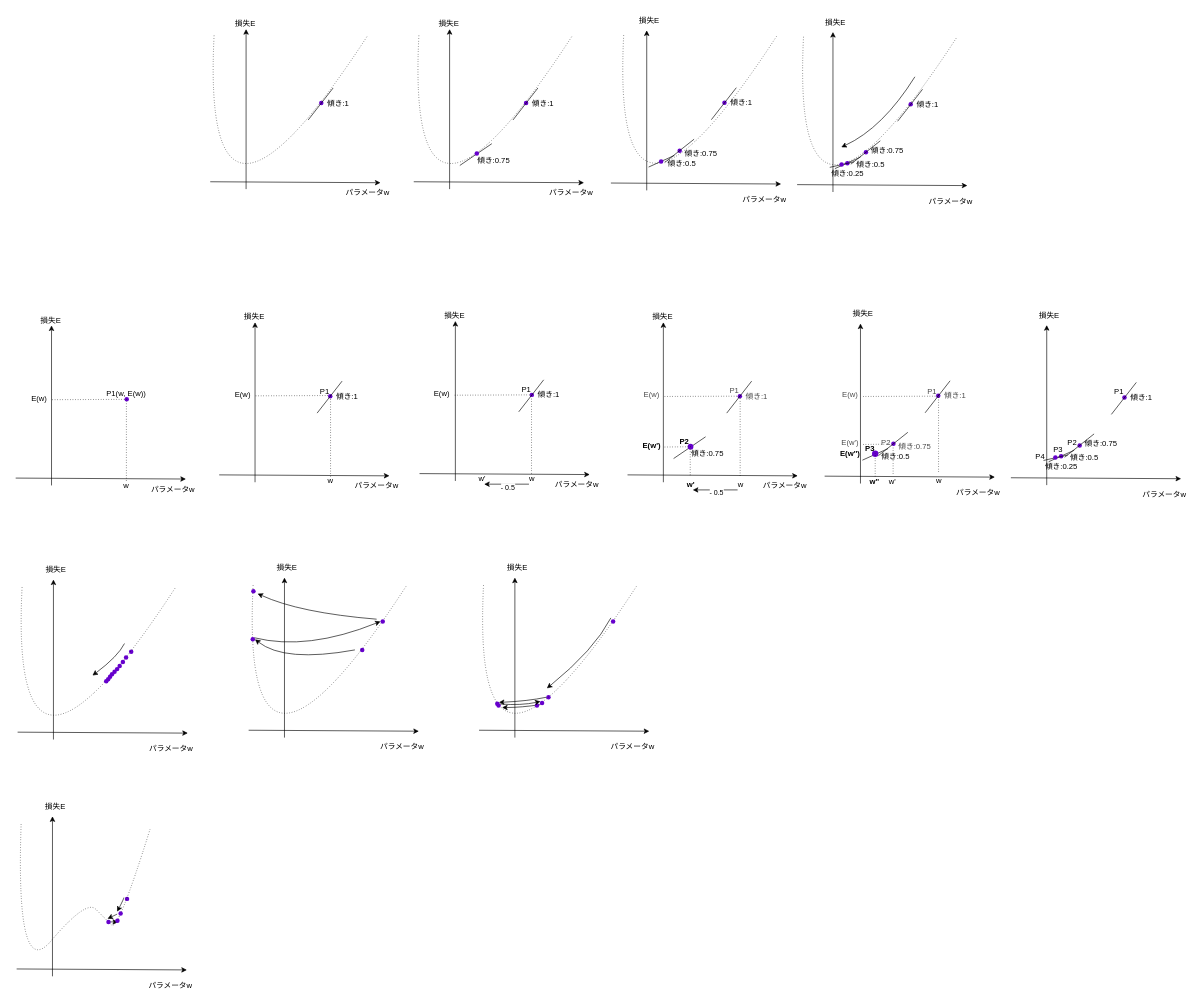
Earlier version of the draw.io diagram page "ページ5" (5 of 5) of 05_ロジスティック回帰/img/05_ロジスティク回帰.drawio (progedu/zen-algorithm-for-ml-assets). Source tidied: cells renumbered, new cells numbered last; positions are measured from the earlier drawing's top-left corner, leaving out a move shared by most shapes. Both pictures are drawn from the tidied source at 64%, with x=0, y=0 at pixel (9, 11).
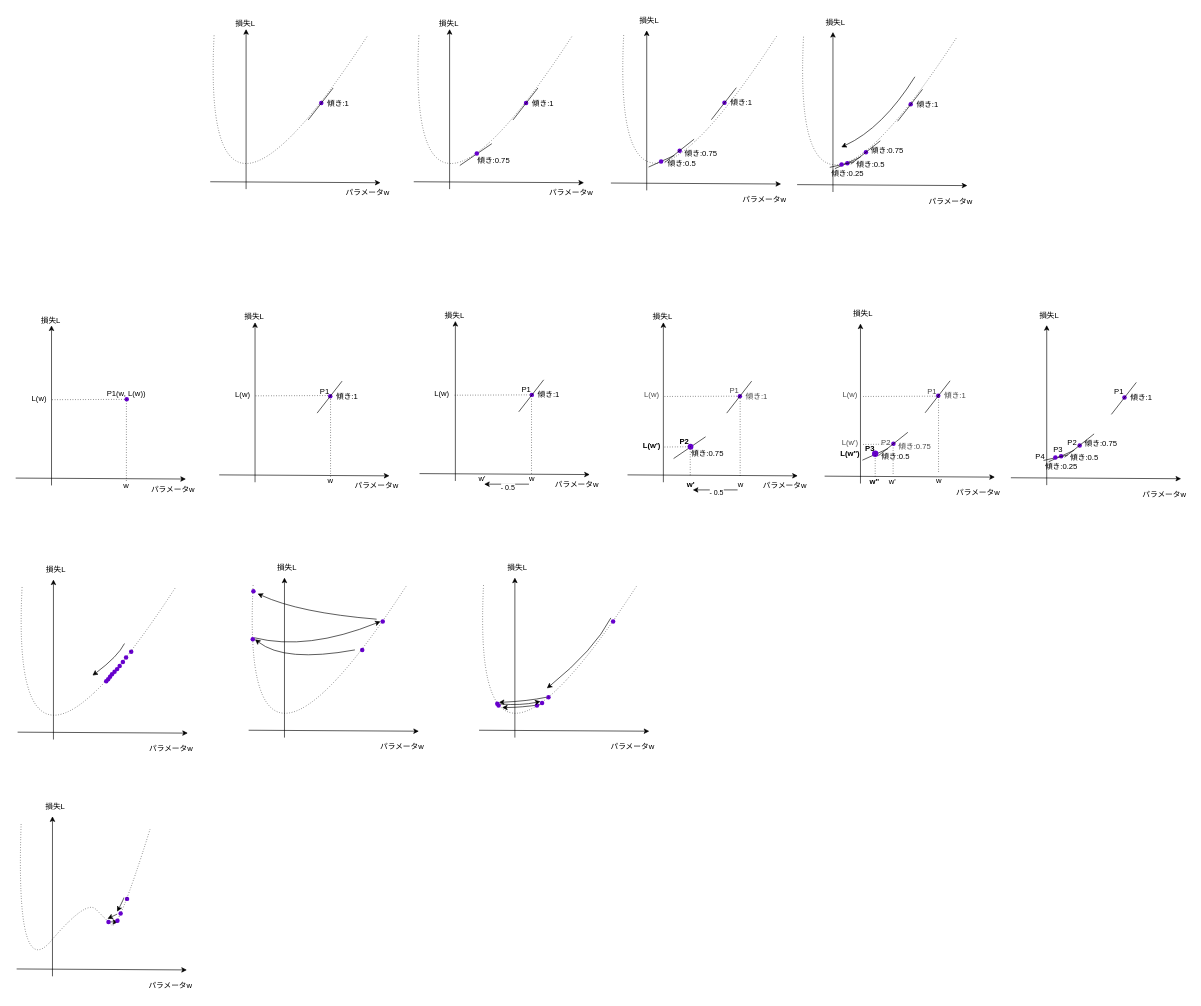
The same page after the edit.

Unchanged cells that the change refers to:
```xml
<mxCell id="13" style="group;" parent="1" vertex="1">
  <mxGeometry x="314" y="5" width="286" height="294" as="geometry" />
</mxCell>
<mxCell id="19" style="group;" parent="1" vertex="1">
  <mxGeometry x="632" y="5" width="286" height="294" as="geometry" />
</mxCell>
<mxCell id="25" style="group;" parent="1" vertex="1">
  <mxGeometry x="970" width="319" height="437.5" as="geometry" />
</mxCell>
<mxCell id="43" style="group;" parent="1" vertex="1">
  <mxGeometry x="1261" y="2.5" width="309" height="437.5" as="geometry" />
</mxCell>
<mxCell id="68" style="group;" parent="1" vertex="1">
  <mxGeometry x="328" y="463" width="286" height="294" as="geometry" />
</mxCell>
<mxCell id="110" style="group;" parent="1" vertex="1">
  <mxGeometry x="10" y="468" width="286" height="294" as="geometry" />
</mxCell>
<mxCell id="111" style="group;" parent="110" vertex="1">
  <mxGeometry y="23" width="266" height="250" as="geometry" />
</mxCell>
<mxCell id="134" style="group;" parent="127" vertex="1">
  <mxGeometry width="286" height="294" as="geometry" />
</mxCell>
```

The edit, as a diff of the source:
```diff
@@
-    <mxCell id="17" value="損失E" style="text;html=1;strokeColor=none;fillColor=none;align=center;verticalAlign=middle;whiteSpace=wrap;rounded=0;" parent="13" vertex="1">
+    <mxCell id="17" value="損失L" style="text;html=1;strokeColor=none;fillColor=none;align=center;verticalAlign=middle;whiteSpace=wrap;rounded=0;" parent="13" vertex="1">
       <mxGeometry x="25" width="60" height="30" as="geometry" />
     </mxCell>
@@
-    <mxCell id="23" value="損失E" style="text;html=1;strokeColor=none;fillColor=none;align=center;verticalAlign=middle;whiteSpace=wrap;rounded=0;" parent="19" vertex="1">
+    <mxCell id="23" value="損失L" style="text;html=1;strokeColor=none;fillColor=none;align=center;verticalAlign=middle;whiteSpace=wrap;rounded=0;" parent="19" vertex="1">
       <mxGeometry x="25" width="60" height="30" as="geometry" />
     </mxCell>
@@
-    <mxCell id="42" value="損失E" style="text;html=1;strokeColor=none;fillColor=none;align=center;verticalAlign=middle;whiteSpace=wrap;rounded=0;" parent="25" vertex="1">
+    <mxCell id="42" value="損失L" style="text;html=1;strokeColor=none;fillColor=none;align=center;verticalAlign=middle;whiteSpace=wrap;rounded=0;" parent="25" vertex="1">
       <mxGeometry width="60" height="30" as="geometry" />
     </mxCell>
@@
-    <mxCell id="64" value="損失E" style="text;html=1;strokeColor=none;fillColor=none;align=center;verticalAlign=middle;whiteSpace=wrap;rounded=0;" parent="43" vertex="1">
+    <mxCell id="64" value="損失L" style="text;html=1;strokeColor=none;fillColor=none;align=center;verticalAlign=middle;whiteSpace=wrap;rounded=0;" parent="43" vertex="1">
       <mxGeometry width="60" height="30" as="geometry" />
     </mxCell>
@@
-    <mxCell id="74" value="損失E" style="text;html=1;strokeColor=none;fillColor=none;align=center;verticalAlign=middle;whiteSpace=wrap;rounded=0;" parent="68" vertex="1">
+    <mxCell id="74" value="損失L" style="text;html=1;strokeColor=none;fillColor=none;align=center;verticalAlign=middle;whiteSpace=wrap;rounded=0;" parent="68" vertex="1">
       <mxGeometry x="25" width="60" height="30" as="geometry" />
     </mxCell>
@@
-    <mxCell id="76" value="損失E" style="text;html=1;strokeColor=none;fillColor=none;align=center;verticalAlign=middle;whiteSpace=wrap;rounded=0;" parent="1" vertex="1">
+    <mxCell id="76" value="損失L" style="text;html=1;strokeColor=none;fillColor=none;align=center;verticalAlign=middle;whiteSpace=wrap;rounded=0;" parent="1" vertex="1">
       <mxGeometry x="1304" y="458" width="60" height="30" as="geometry" />
     </mxCell>
@@
-    <mxCell id="108" value="損失E" style="text;html=1;strokeColor=none;fillColor=none;align=center;verticalAlign=middle;whiteSpace=wrap;rounded=0;" parent="1" vertex="1">
+    <mxCell id="108" value="損失L" style="text;html=1;strokeColor=none;fillColor=none;align=center;verticalAlign=middle;whiteSpace=wrap;rounded=0;" parent="1" vertex="1">
       <mxGeometry x="1595" y="460.5" width="60" height="30" as="geometry" />
     </mxCell>
@@
-    <mxCell id="114" value="P1(w, E(w))" style="text;html=1;strokeColor=none;fillColor=none;align=center;verticalAlign=middle;whiteSpace=wrap;rounded=0;" parent="111" vertex="1">
+    <mxCell id="114" value="P1(w, L(w))" style="text;html=1;strokeColor=none;fillColor=none;align=center;verticalAlign=middle;whiteSpace=wrap;rounded=0;" parent="111" vertex="1">
       <mxGeometry x="136" y="91" width="74" height="30" as="geometry" />
     </mxCell>
-    <mxCell id="115" value="損失E" style="text;html=1;strokeColor=none;fillColor=none;align=center;verticalAlign=middle;whiteSpace=wrap;rounded=0;" parent="110" vertex="1">
+    <mxCell id="115" value="損失L" style="text;html=1;strokeColor=none;fillColor=none;align=center;verticalAlign=middle;whiteSpace=wrap;rounded=0;" parent="110" vertex="1">
       <mxGeometry x="25" width="60" height="30" as="geometry" />
     </mxCell>
@@
-    <mxCell id="140" value="損失E" style="text;html=1;strokeColor=none;fillColor=none;align=center;verticalAlign=middle;whiteSpace=wrap;rounded=0;" parent="134" vertex="1">
+    <mxCell id="140" value="損失L" style="text;html=1;strokeColor=none;fillColor=none;align=center;verticalAlign=middle;whiteSpace=wrap;rounded=0;" parent="134" vertex="1">
       <mxGeometry x="25" width="60" height="30" as="geometry" />
     </mxCell>
@@
-    <mxCell id="147" value="損失E" style="text;html=1;strokeColor=none;fillColor=none;align=center;verticalAlign=middle;whiteSpace=wrap;rounded=0;" parent="1" vertex="1">
+    <mxCell id="147" value="損失L" style="text;html=1;strokeColor=none;fillColor=none;align=center;verticalAlign=middle;whiteSpace=wrap;rounded=0;" parent="1" vertex="1">
       <mxGeometry x="666" y="461" width="60" height="30" as="geometry" />
     </mxCell>
@@
-    <mxCell id="162" value="E(w)" style="text;html=1;strokeColor=none;fillColor=none;align=center;verticalAlign=middle;whiteSpace=wrap;rounded=0;" parent="1" vertex="1">
+    <mxCell id="162" value="L(w)" style="text;html=1;strokeColor=none;fillColor=none;align=center;verticalAlign=middle;whiteSpace=wrap;rounded=0;" parent="1" vertex="1">
       <mxGeometry x="17" y="590" width="60" height="30" as="geometry" />
     </mxCell>
@@
-    <mxCell id="164" value="E(w)" style="text;html=1;strokeColor=none;fillColor=none;align=center;verticalAlign=middle;whiteSpace=wrap;rounded=0;" parent="1" vertex="1">
+    <mxCell id="164" value="L(w)" style="text;html=1;strokeColor=none;fillColor=none;align=center;verticalAlign=middle;whiteSpace=wrap;rounded=0;" parent="1" vertex="1">
       <mxGeometry x="335" y="584" width="60" height="30" as="geometry" />
     </mxCell>
@@
-    <mxCell id="166" value="E(w)" style="text;html=1;strokeColor=none;fillColor=none;align=center;verticalAlign=middle;whiteSpace=wrap;rounded=0;" parent="1" vertex="1">
+    <mxCell id="166" value="L(w)" style="text;html=1;strokeColor=none;fillColor=none;align=center;verticalAlign=middle;whiteSpace=wrap;rounded=0;" parent="1" vertex="1">
       <mxGeometry x="646" y="583" width="60" height="30" as="geometry" />
     </mxCell>
@@
-    <mxCell id="168" value="E(w)" style="text;html=1;strokeColor=none;fillColor=none;align=center;verticalAlign=middle;whiteSpace=wrap;rounded=0;textOpacity=70;" parent="1" vertex="1">
+    <mxCell id="168" value="L(w)" style="text;html=1;strokeColor=none;fillColor=none;align=center;verticalAlign=middle;whiteSpace=wrap;rounded=0;textOpacity=70;" parent="1" vertex="1">
       <mxGeometry x="974" y="585" width="60" height="30" as="geometry" />
     </mxCell>
@@
-    <mxCell id="170" value="E(w')" style="text;html=1;strokeColor=none;fillColor=none;align=center;verticalAlign=middle;whiteSpace=wrap;rounded=0;fontStyle=1;" parent="1" vertex="1">
+    <mxCell id="170" value="L(w')" style="text;html=1;strokeColor=none;fillColor=none;align=center;verticalAlign=middle;whiteSpace=wrap;rounded=0;fontStyle=1;" parent="1" vertex="1">
       <mxGeometry x="974" y="664" width="60" height="30" as="geometry" />
     </mxCell>
@@
-    <mxCell id="174" value="E(w)" style="text;html=1;strokeColor=none;fillColor=none;align=center;verticalAlign=middle;whiteSpace=wrap;rounded=0;textOpacity=70;" parent="1" vertex="1">
+    <mxCell id="174" value="L(w)" style="text;html=1;strokeColor=none;fillColor=none;align=center;verticalAlign=middle;whiteSpace=wrap;rounded=0;textOpacity=70;" parent="1" vertex="1">
       <mxGeometry x="1284" y="585" width="60" height="30" as="geometry" />
     </mxCell>
@@
-    <mxCell id="176" value="E(w')" style="text;html=1;strokeColor=none;fillColor=none;align=center;verticalAlign=middle;whiteSpace=wrap;rounded=0;textOpacity=70;" parent="1" vertex="1">
+    <mxCell id="176" value="L(w')" style="text;html=1;strokeColor=none;fillColor=none;align=center;verticalAlign=middle;whiteSpace=wrap;rounded=0;textOpacity=70;" parent="1" vertex="1">
       <mxGeometry x="1284" y="660" width="60" height="30" as="geometry" />
     </mxCell>
@@
-    <mxCell id="181" value="E(w'')" style="text;html=1;strokeColor=none;fillColor=none;align=center;verticalAlign=middle;whiteSpace=wrap;rounded=0;fontStyle=1;" parent="1" vertex="1">
+    <mxCell id="181" value="L(w'')" style="text;html=1;strokeColor=none;fillColor=none;align=center;verticalAlign=middle;whiteSpace=wrap;rounded=0;fontStyle=1;" parent="1" vertex="1">
       <mxGeometry x="1284" y="676" width="60" height="30" as="geometry" />
     </mxCell>
@@
-    <mxCell id="189" value="損失E" style="text;html=1;strokeColor=none;fillColor=none;align=center;verticalAlign=middle;whiteSpace=wrap;rounded=0;" parent="1" vertex="1">
+    <mxCell id="189" value="損失L" style="text;html=1;strokeColor=none;fillColor=none;align=center;verticalAlign=middle;whiteSpace=wrap;rounded=0;" parent="1" vertex="1">
       <mxGeometry x="43" y="858" width="60" height="30" as="geometry" />
     </mxCell>
@@
-    <mxCell id="208" value="損失E" style="text;html=1;strokeColor=none;fillColor=none;align=center;verticalAlign=middle;whiteSpace=wrap;rounded=0;" parent="1" vertex="1">
+    <mxCell id="208" value="損失L" style="text;html=1;strokeColor=none;fillColor=none;align=center;verticalAlign=middle;whiteSpace=wrap;rounded=0;" parent="1" vertex="1">
       <mxGeometry x="404" y="855" width="60" height="30" as="geometry" />
     </mxCell>
@@
-    <mxCell id="221" value="損失E" style="text;html=1;strokeColor=none;fillColor=none;align=center;verticalAlign=middle;whiteSpace=wrap;rounded=0;" parent="1" vertex="1">
+    <mxCell id="221" value="損失L" style="text;html=1;strokeColor=none;fillColor=none;align=center;verticalAlign=middle;whiteSpace=wrap;rounded=0;" parent="1" vertex="1">
       <mxGeometry x="764" y="855" width="60" height="30" as="geometry" />
     </mxCell>
@@
-    <mxCell id="236" value="損失E" style="text;html=1;strokeColor=none;fillColor=none;align=center;verticalAlign=middle;whiteSpace=wrap;rounded=0;" parent="1" vertex="1">
+    <mxCell id="236" value="損失L" style="text;html=1;strokeColor=none;fillColor=none;align=center;verticalAlign=middle;whiteSpace=wrap;rounded=0;" parent="1" vertex="1">
       <mxGeometry x="41.5" y="1228" width="60" height="30" as="geometry" />
     </mxCell>
```
